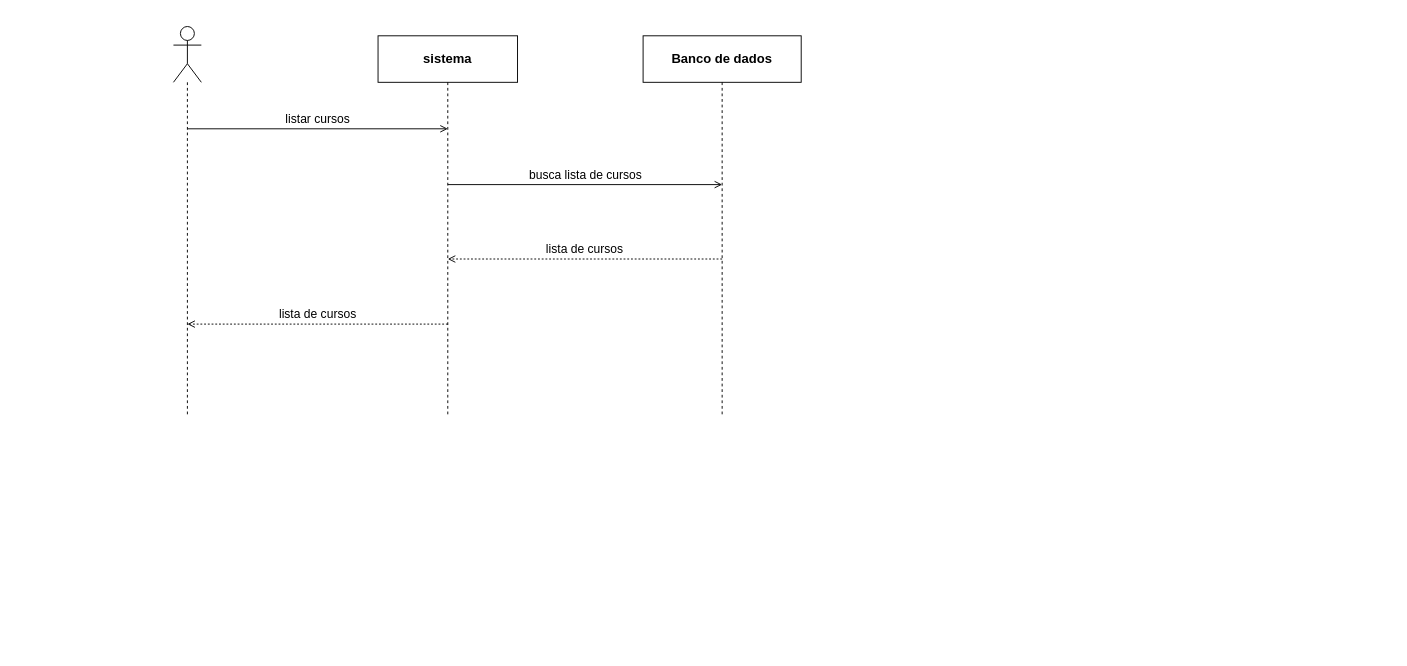
This is page "Listar cursos" (3 of 24) of diagramas/sequencias/sequencias-todas.drawio from viniciusclima12-pixel/Sistema-escola, a draw.io file, before an edit. Source tidied: cells renumbered, new cells numbered last; positions are measured from the earlier drawing's top-left corner, leaving out a move shared by most shapes. Both pictures are drawn from the tidied source at 93%, with x=0, y=0 at pixel (173, 26).
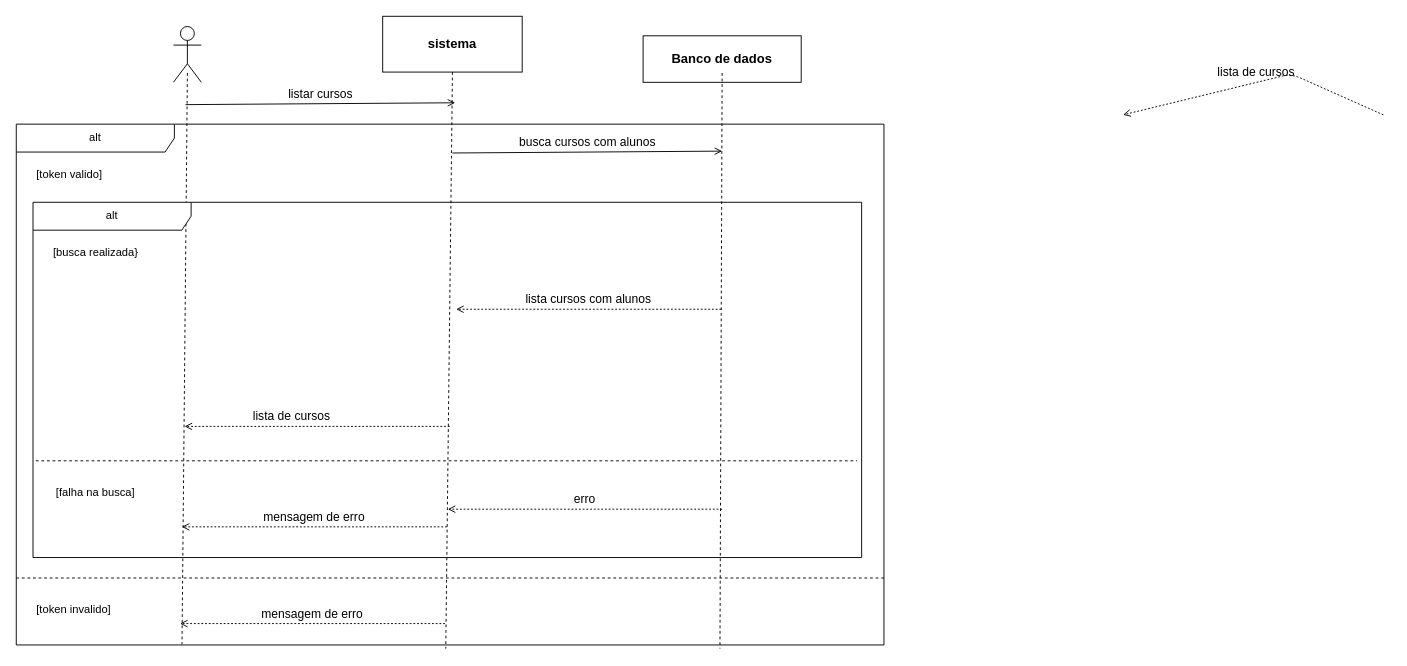
The same page after the edit.

Unchanged cells that the change refers to:
```xml
<mxCell id="2" style="shape=umlActor;verticalLabelPosition=bottom;verticalAlign=top;html=1;outlineConnect=0;strokeColor=#000000;fillColor=none;" parent="1" vertex="1">
  <mxGeometry width="30" height="60" as="geometry" />
</mxCell>
<mxCell id="6" value="Banco de dados" style="rounded=0;whiteSpace=wrap;html=1;strokeColor=#000000;fillColor=none;fontStyle=1;fontSize=14;" parent="1" vertex="1">
  <mxGeometry x="505" y="10" width="170" height="50" as="geometry" />
</mxCell>
```

What changed in the source:
```diff
@@
-    <mxCell id="3" style="endArrow=none;dashed=1;html=1;strokeColor=#000000;exitX=0.5;exitY=1;exitDx=0;exitDy=0;" parent="1" edge="1" source="2">
+    <mxCell id="3" style="endArrow=none;dashed=1;html=1;strokeColor=#000000;exitX=0.5;exitY=1;exitDx=0;exitDy=0;entryX=0.191;entryY=0.999;entryDx=0;entryDy=0;entryPerimeter=0;" parent="1" edge="1" target="12">
       <mxGeometry relative="1" as="geometry">
-        <mxPoint x="15" y="420" as="targetPoint" />
+        <mxPoint x="15" y="50" as="sourcePoint" />
       </mxGeometry>
     </mxCell>
     <mxCell id="4" value="sistema" style="rounded=0;whiteSpace=wrap;html=1;strokeColor=#000000;fillColor=none;fontStyle=1;fontSize=14;" parent="1" vertex="1">
-      <mxGeometry x="220" y="10" width="150" height="50" as="geometry" />
+      <mxGeometry x="225" y="-11" width="150" height="60" as="geometry" />
     </mxCell>
-    <mxCell id="5" style="endArrow=none;dashed=1;html=1;strokeColor=#000000;exitX=0.5;exitY=1;exitDx=0;exitDy=0;" parent="1" edge="1" source="4">
-      <mxGeometry relative="1" as="geometry">
-        <mxPoint x="295" y="420" as="targetPoint" />
-      </mxGeometry>
-    </mxCell>
@@
-    <mxCell id="7" style="endArrow=none;dashed=1;html=1;strokeColor=#000000;exitX=0.5;exitY=1;exitDx=0;exitDy=0;" parent="1" edge="1" source="6">
+    <mxCell id="7" style="endArrow=none;dashed=1;html=1;strokeColor=#000000;exitX=0.5;exitY=1;exitDx=0;exitDy=0;entryX=0.811;entryY=1.007;entryDx=0;entryDy=0;entryPerimeter=0;" parent="1" edge="1" target="12">
       <mxGeometry relative="1" as="geometry">
-        <mxPoint x="590" y="420" as="targetPoint" />
+        <mxPoint x="590" y="50" as="sourcePoint" />
       </mxGeometry>
     </mxCell>
+    <mxCell id="12" value="alt" style="shape=umlFrame;whiteSpace=wrap;html=1;width=170;" parent="1" vertex="1">
+      <mxGeometry x="-169" y="105" width="933" height="560" as="geometry" />
+    </mxCell>
+    <mxCell id="13" value="[token valido]" style="text;html=1;" parent="12" vertex="1">
+      <mxGeometry width="100" height="20" relative="1" as="geometry">
+        <mxPoint x="20" y="40" as="offset" />
+      </mxGeometry>
+    </mxCell>
+    <mxCell id="14" value="[token invalido]" style="line;strokeWidth=1;dashed=1;labelPosition=center;verticalLabelPosition=bottom;align=left;verticalAlign=top;spacingLeft=20;spacingTop=15;html=1;whiteSpace=wrap;" parent="12" vertex="1">
+      <mxGeometry y="483" width="933" height="10" as="geometry" />
+    </mxCell>
+    <mxCell id="15" value="mensagem de erro" style="html=1;endArrow=open;startArrow=none;endFill=1;dashed=1;dashPattern=2 2;strokeColor=#000000;fontColor=#000000;fontSize=13;verticalAlign=bottom;labelBackgroundColor=none;" parent="12" edge="1">
+      <mxGeometry relative="1" as="geometry">
+        <mxPoint x="461" y="537" as="sourcePoint" />
+        <mxPoint x="176" y="537" as="targetPoint" />
+      </mxGeometry>
+    </mxCell>
+    <mxCell id="16" value="busca cursos com alunos" style="html=1;endArrow=open;startArrow=none;endFill=1;strokeColor=#000000;fontColor=#000000;fontSize=13;verticalAlign=bottom;labelBackgroundColor=none;" parent="12" edge="1">
+      <mxGeometry relative="1" as="geometry">
+        <mxPoint x="469" y="31" as="sourcePoint" />
+        <mxPoint x="759" y="29" as="targetPoint" />
+      </mxGeometry>
+    </mxCell>
+    <mxCell id="17" value="lista cursos com alunos" style="html=1;endArrow=open;startArrow=none;endFill=1;dashed=1;dashPattern=2 2;strokeColor=#000000;fontColor=#000000;fontSize=13;verticalAlign=bottom;labelBackgroundColor=none;" parent="12" edge="1">
+      <mxGeometry relative="1" as="geometry">
+        <mxPoint x="758" y="199" as="sourcePoint" />
+        <mxPoint x="473" y="199" as="targetPoint" />
+      </mxGeometry>
+    </mxCell>
+    <mxCell id="10" value="&amp;nbsp;lista de cursos" style="html=1;endArrow=open;startArrow=none;endFill=1;dashed=1;dashPattern=2 2;strokeColor=#000000;fontColor=#000000;fontSize=13;verticalAlign=bottom;labelBackgroundColor=none;" parent="12" edge="1">
+      <mxGeometry x="0.21" relative="1" as="geometry">
+        <mxPoint x="466" y="325" as="sourcePoint" />
+        <mxPoint x="181" y="325" as="targetPoint" />
+      </mxGeometry>
+    </mxCell>
+    <mxCell id="18" value="alt" style="shape=umlFrame;whiteSpace=wrap;html=1;width=170;" parent="12" vertex="1">
+      <mxGeometry x="18" y="84" width="891" height="382" as="geometry" />
+    </mxCell>
+    <mxCell id="19" value="[busca realizada}" style="text;html=1;" parent="18" vertex="1">
+      <mxGeometry width="100" height="20" relative="1" as="geometry">
+        <mxPoint x="20" y="40" as="offset" />
+      </mxGeometry>
+    </mxCell>
+    <mxCell id="20" value="[falha na busca]" style="line;strokeWidth=1;dashed=1;labelPosition=center;verticalLabelPosition=bottom;align=left;verticalAlign=top;spacingLeft=20;spacingTop=15;html=1;whiteSpace=wrap;" parent="18" vertex="1">
+      <mxGeometry x="3" y="273" width="883" height="10" as="geometry" />
+    </mxCell>
+    <mxCell id="21" value="erro" style="html=1;endArrow=open;startArrow=none;endFill=1;dashed=1;dashPattern=2 2;strokeColor=#000000;fontColor=#000000;fontSize=13;verticalAlign=bottom;labelBackgroundColor=none;" parent="18" edge="1">
+      <mxGeometry relative="1" as="geometry">
+        <mxPoint x="741" y="330" as="sourcePoint" />
+        <mxPoint x="446" y="330" as="targetPoint" />
+      </mxGeometry>
+    </mxCell>
+    <mxCell id="22" value="mensagem de erro" style="html=1;endArrow=open;startArrow=none;endFill=1;dashed=1;dashPattern=2 2;strokeColor=#000000;fontColor=#000000;fontSize=13;verticalAlign=bottom;labelBackgroundColor=none;" parent="18" edge="1">
+      <mxGeometry relative="1" as="geometry">
+        <mxPoint x="445" y="349" as="sourcePoint" />
+        <mxPoint x="160" y="349" as="targetPoint" />
+      </mxGeometry>
+    </mxCell>
     <mxCell id="8" value="listar cursos" style="html=1;endArrow=open;startArrow=none;endFill=1;strokeColor=#000000;fontColor=#000000;fontSize=13;verticalAlign=bottom;labelBackgroundColor=none;" parent="1" edge="1">
       <mxGeometry relative="1" as="geometry">
-        <mxPoint x="15" y="110" as="sourcePoint" />
-        <mxPoint x="295" y="110" as="targetPoint" />
+        <mxPoint x="13" y="84" as="sourcePoint" />
+        <mxPoint x="303" y="82" as="targetPoint" />
       </mxGeometry>
     </mxCell>
-    <mxCell id="9" value="busca lista de cursos" style="html=1;endArrow=open;startArrow=none;endFill=1;strokeColor=#000000;fontColor=#000000;fontSize=13;verticalAlign=bottom;labelBackgroundColor=none;" parent="1" edge="1">
-      <mxGeometry relative="1" as="geometry">
-        <mxPoint x="295" y="170" as="sourcePoint" />
-        <mxPoint x="590" y="170" as="targetPoint" />
-      </mxGeometry>
-    </mxCell>
-    <mxCell id="10" value="lista de cursos" style="html=1;endArrow=open;startArrow=none;endFill=1;dashed=1;dashPattern=2 2;strokeColor=#000000;fontColor=#000000;fontSize=13;verticalAlign=bottom;labelBackgroundColor=none;" parent="1" edge="1">
-      <mxGeometry relative="1" as="geometry">
-        <mxPoint x="590" y="250" as="sourcePoint" />
-        <mxPoint x="295" y="250" as="targetPoint" />
-      </mxGeometry>
-    </mxCell>
+    <mxCell id="5" style="endArrow=none;dashed=1;html=1;strokeColor=#000000;exitX=0.5;exitY=1;exitDx=0;exitDy=0;entryX=0.495;entryY=1.007;entryDx=0;entryDy=0;entryPerimeter=0;" parent="1" edge="1" source="4" target="12">
+      <mxGeometry relative="1" as="geometry" />
+    </mxCell>
     <mxCell id="11" value="lista de cursos" style="html=1;endArrow=open;startArrow=none;endFill=1;dashed=1;dashPattern=2 2;strokeColor=#000000;fontColor=#000000;fontSize=13;verticalAlign=bottom;labelBackgroundColor=none;" parent="1" edge="1">
       <mxGeometry relative="1" as="geometry">
-        <mxPoint x="295" y="320" as="sourcePoint" />
-        <mxPoint x="15" y="320" as="targetPoint" />
+        <mxPoint x="1301" y="95" as="sourcePoint" />
+        <mxPoint x="1021" y="95" as="targetPoint" />
+        <Array as="points">
+          <mxPoint x="1202" y="51" />
+        </Array>
       </mxGeometry>
     </mxCell>
```
